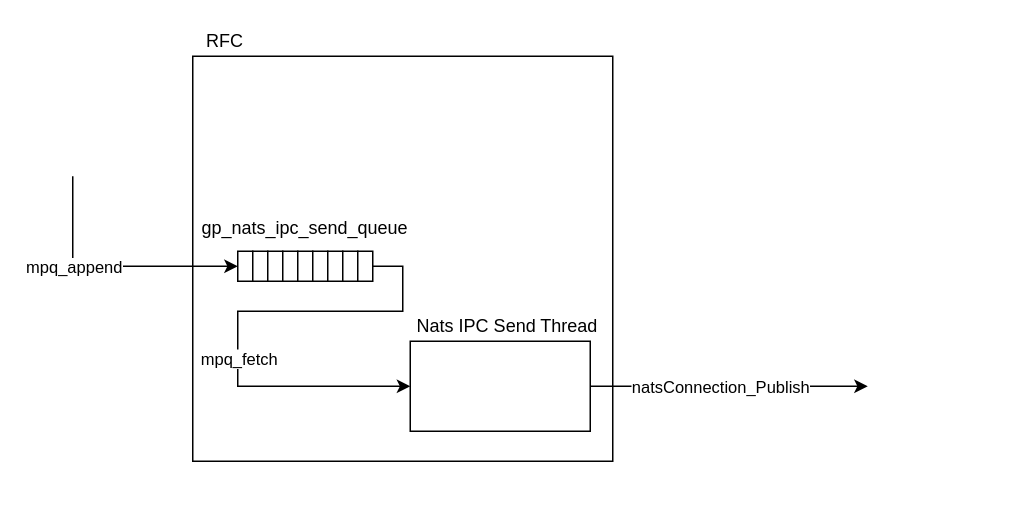
The draw.io diagram RFC.drawio in JaeHyeon774/NEWTIL, before the edit. Source tidied: cells renumbered, new cells numbered last; positions are measured from the earlier drawing's top-left corner, leaving out a move shared by most shapes. Both pictures are drawn from the tidied source at 150%, with x=0, y=0 at pixel (72, 26).
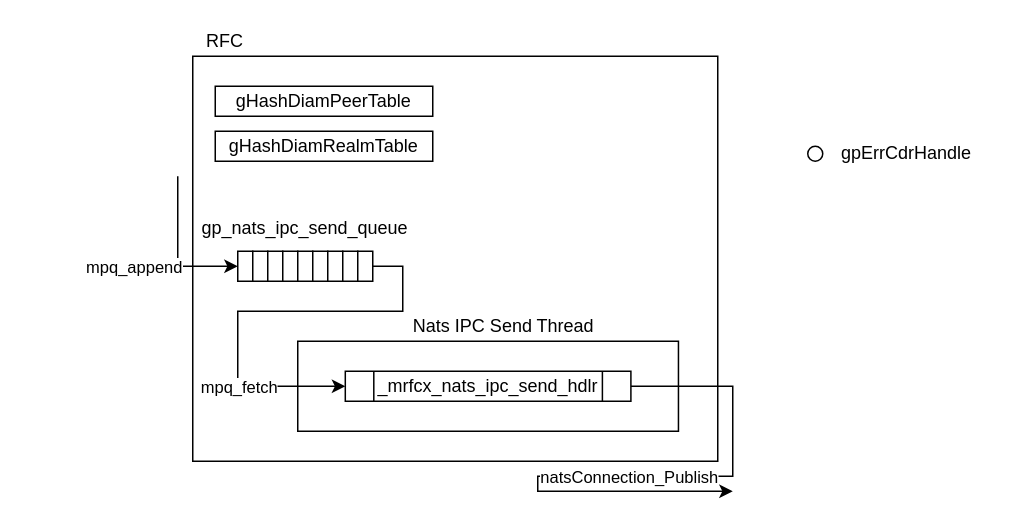
After the change.

Unchanged cells that the change refers to:
```xml
<mxCell id="4" style="rounded=0;whiteSpace=wrap;html=1;" parent="3" vertex="1">
  <mxGeometry x="25" y="20" width="10" height="20" as="geometry" />
</mxCell>
<mxCell id="12" style="rounded=0;whiteSpace=wrap;html=1;" parent="3" vertex="1">
  <mxGeometry x="105" y="20" width="10" height="20" as="geometry" />
</mxCell>
```

Change to the diagram source:
```diff
@@
     <mxCell id="2" style="rounded=0;whiteSpace=wrap;html=1;" parent="1" vertex="1">
-      <mxGeometry x="80" y="20" width="280" height="270" as="geometry" />
+      <mxGeometry x="80" y="20" width="350" height="270" as="geometry" />
     </mxCell>
@@
     <mxCell id="14" style="endArrow=classic;html=1;rounded=0;entryX=0;entryY=0.5;entryDx=0;entryDy=0;" parent="1" edge="1" target="4">
       <mxGeometry relative="1" as="geometry">
-        <mxPoint y="100" as="sourcePoint" />
+        <mxPoint x="70" y="100" as="sourcePoint" />
         <Array as="points">
-          <mxPoint y="160" />
+          <mxPoint x="70" y="160" />
         </Array>
       </mxGeometry>
     </mxCell>
     <mxCell id="15" value="mpq_append" style="edgeLabel;html=1;align=center;verticalAlign=middle;" parent="14" vertex="1">
       <mxGeometry x="0.09" y="-1" relative="1" as="geometry">
-        <mxPoint x="-33" y="-1" as="offset" />
+        <mxPoint x="-29" y="5" as="offset" />
       </mxGeometry>
     </mxCell>
     <mxCell id="16" style="group;" parent="1" vertex="1">
-      <mxGeometry x="225" y="190" width="130" height="80" as="geometry" />
+      <mxGeometry x="150" y="190" width="275" height="80" as="geometry" />
     </mxCell>
+    <mxCell id="19" style="rounded=0;whiteSpace=wrap;html=1;" parent="16" vertex="1">
+      <mxGeometry y="20" width="253.8" height="60" as="geometry" />
+    </mxCell>
-    <mxCell id="17" style="edgeStyle=orthogonalEdgeStyle;rounded=0;jettySize=auto;html=1;exitX=1;exitY=0.5;exitDx=0;exitDy=0;" parent="16" edge="1" source="19">
+    <mxCell id="17" style="edgeStyle=orthogonalEdgeStyle;rounded=0;jettySize=auto;html=1;exitX=1;exitY=0.5;exitDx=0;exitDy=0;" parent="16" edge="1" source="24">
       <mxGeometry relative="1" as="geometry">
-        <mxPoint x="305" y="50" as="targetPoint" />
+        <mxPoint x="290" y="120" as="targetPoint" />
+        <Array as="points">
+          <mxPoint x="290" y="50" />
+          <mxPoint x="290" y="110" />
+          <mxPoint x="160" y="110" />
+          <mxPoint x="160" y="120" />
+        </Array>
       </mxGeometry>
     </mxCell>
     <mxCell id="18" value="natsConnection_Publish" style="edgeLabel;html=1;align=center;verticalAlign=middle;" parent="17" vertex="1">
       <mxGeometry x="-0.14" y="3" relative="1" as="geometry">
-        <mxPoint x="6" y="3" as="offset" />
+        <mxPoint x="-26" y="-3" as="offset" />
       </mxGeometry>
     </mxCell>
-    <mxCell id="19" style="rounded=0;whiteSpace=wrap;html=1;" parent="16" vertex="1">
-      <mxGeometry y="20" width="120" height="60" as="geometry" />
-    </mxCell>
     <mxCell id="20" value="Nats IPC Send Thread" style="text;html=1;align=center;verticalAlign=middle;whiteSpace=wrap;rounded=0;" parent="16" vertex="1">
-      <mxGeometry width="130" height="20" as="geometry" />
+      <mxGeometry width="275" height="20" as="geometry" />
     </mxCell>
+    <mxCell id="24" value="_mrfcx_nats_ipc_send_hdlr" style="shape=process;whiteSpace=wrap;html=1;backgroundOutline=1;" parent="16" vertex="1">
+      <mxGeometry x="31.7" y="40" width="190.4" height="20" as="geometry" />
+    </mxCell>
-    <mxCell id="21" style="edgeStyle=orthogonalEdgeStyle;rounded=0;jettySize=auto;html=1;exitX=1;exitY=0.5;exitDx=0;exitDy=0;entryX=0;entryY=0.5;entryDx=0;entryDy=0;" parent="1" edge="1" source="12" target="19">
+    <mxCell id="21" style="edgeStyle=orthogonalEdgeStyle;rounded=0;jettySize=auto;html=1;exitX=1;exitY=0.5;exitDx=0;exitDy=0;entryX=0;entryY=0.5;entryDx=0;entryDy=0;" parent="1" edge="1" source="12" target="24">
       <mxGeometry relative="1" as="geometry">
         <Array as="points">
           <mxPoint x="220" y="160" />
           <mxPoint x="220" y="190" />
           <mxPoint x="110" y="190" />
           <mxPoint x="110" y="240" />
         </Array>
       </mxGeometry>
     </mxCell>
     <mxCell id="22" value="mpq_fetch" style="edgeLabel;html=1;align=center;verticalAlign=middle;" parent="21" vertex="1">
       <mxGeometry x="0.08" relative="1" as="geometry">
-        <mxPoint y="15" as="offset" />
+        <mxPoint x="-8" y="50" as="offset" />
       </mxGeometry>
     </mxCell>
@@
+    <mxCell id="25" value="gHashDiamPeerTable" style="rounded=0;whiteSpace=wrap;html=1;" parent="1" vertex="1">
+      <mxGeometry x="95" y="40" width="145" height="20" as="geometry" />
+    </mxCell>
+    <mxCell id="26" value="gHashDiamRealmTable" style="rounded=0;whiteSpace=wrap;html=1;" parent="1" vertex="1">
+      <mxGeometry x="95" y="70" width="145" height="20" as="geometry" />
+    </mxCell>
+    <mxCell id="27" style="group;" parent="1" vertex="1">
+      <mxGeometry x="490" y="80" width="120" height="10" as="geometry" />
+    </mxCell>
+    <mxCell id="28" style="ellipse;whiteSpace=wrap;html=1;" parent="27" vertex="1">
+      <mxGeometry width="10" height="10" as="geometry" />
+    </mxCell>
+    <mxCell id="29" value="gpErrCdrHandle" style="text;html=1;align=center;verticalAlign=middle;whiteSpace=wrap;rounded=0;" parent="27" vertex="1">
+      <mxGeometry x="12" width="108" height="10" as="geometry" />
+    </mxCell>
```
